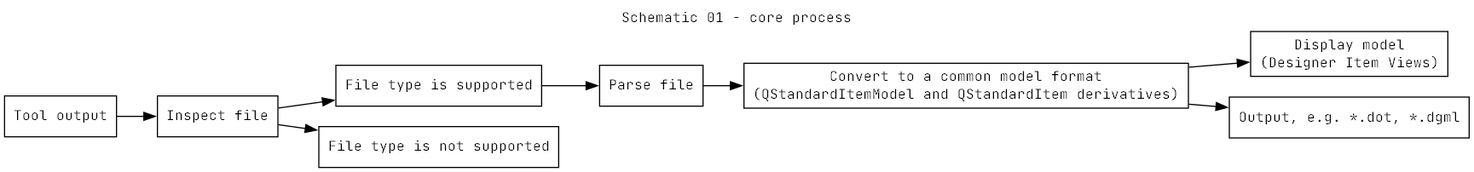
Earlier version of the Graphviz export PtngDataVisualization/PtngDataVisualizationV2/libparser/misc/schematic_01.png (damiengolding/SkunkWorks). Its source is kept beside it as PtngDataVisualization/PtngDataVisualizationV2/libparser/misc/schematic_01.dot.
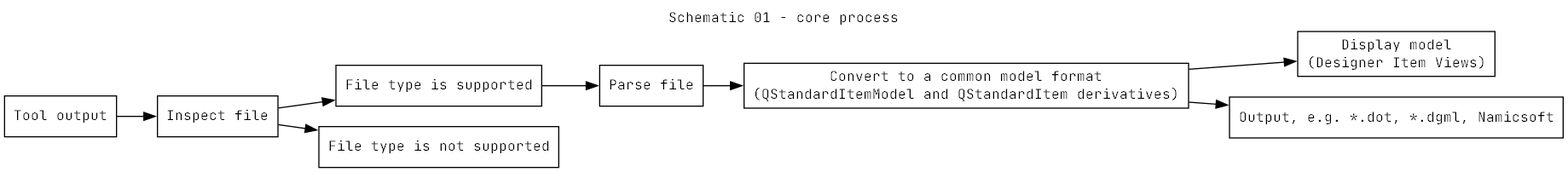
The same diagram one commit later.

What changed in the source:
```diff
@@ -10,7 +10,7 @@
 	parse_file [shape=box,fontcolor="Black",color="#000000",fontname="JetBrains Mono",fontsize="12",label="Parse file",style="solid"];
 	common_format [shape=box,fontcolor="Black",color="#000000",fontname="JetBrains Mono",fontsize="12",label="Convert to a common model format\n(QStandardItemModel and QStandardItem derivatives)",style="solid"];
 	display [shape=box,fontcolor="Black",color="#000000",fontname="JetBrains Mono",fontsize="12",label="Display model\n(Designer Item Views)",style="solid"];
-	convert [shape=box,fontcolor="Black",color="#000000",fontname="JetBrains Mono",fontsize="12",label="Output, e.g. *.dot, *.dgml",style="solid"];
+	convert [shape=box,fontcolor="Black",color="#000000",fontname="JetBrains Mono",fontsize="12",label="Output, e.g. *.dot, *.dgml, Namicsoft",style="solid"];
 
 	tool_output->file_type [color="Black",label=""];
 	file_type->file_type_supported [color="Black",label=""];
```
